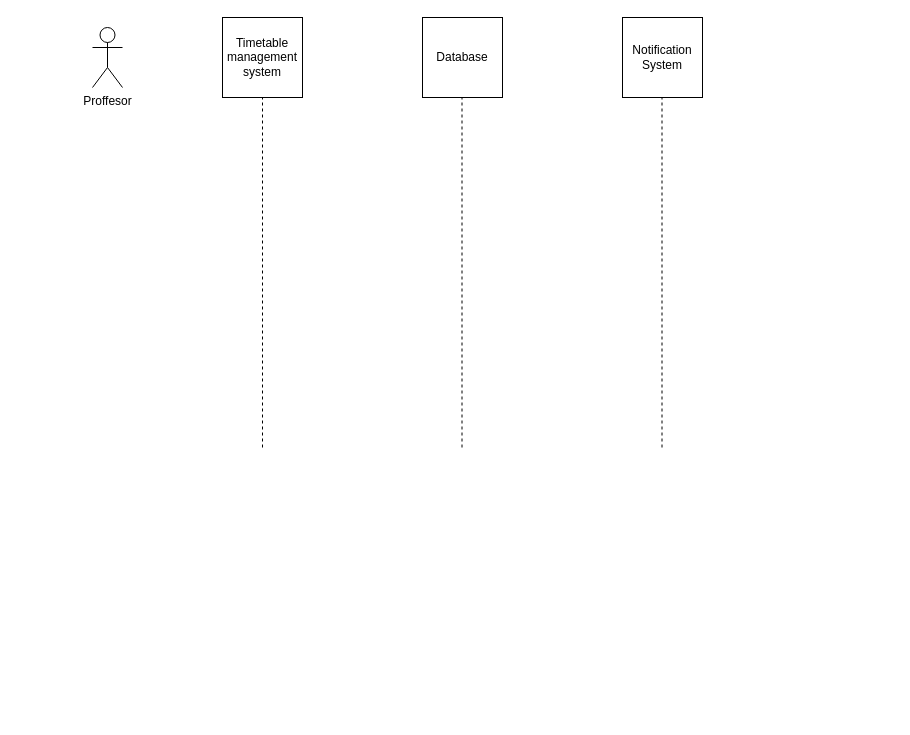
Animofly/se_assign_3 keeps this draw.io diagram as Untitled Diagram.drawio. Above is the earlier version. Source tidied: cells renumbered, new cells numbered last; positions are measured from the earlier drawing's top-left corner, leaving out a move shared by most shapes. Both pictures are drawn from the tidied source at 100%, with x=0, y=0 at pixel (92, 17).
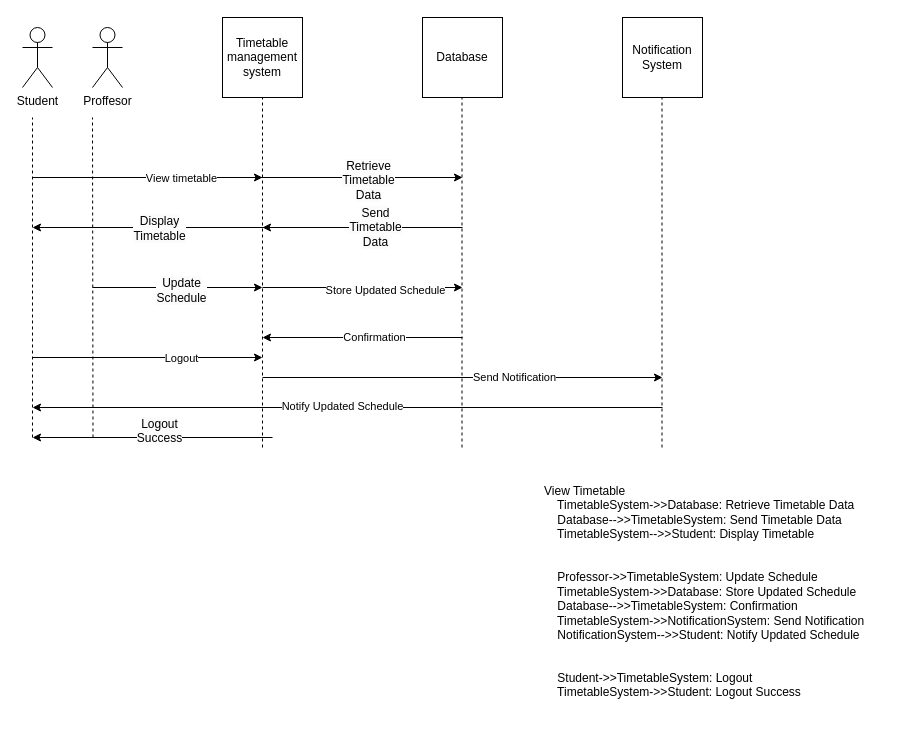
After the change.

Diff of the diagram source:
```diff
@@
+    <mxCell id="9" value="Student" style="shape=umlActor;verticalLabelPosition=bottom;verticalAlign=top;html=1;" parent="1" vertex="1">
+      <mxGeometry x="-70" y="10" width="30" height="60" as="geometry" />
+    </mxCell>
+    <mxCell id="10" style="endArrow=none;dashed=1;html=1;rounded=0;entryX=0.5;entryY=1;entryDx=0;entryDy=0;" parent="1" edge="1">
+      <mxGeometry relative="1" as="geometry">
+        <mxPoint x="0.5" y="420" as="sourcePoint" />
+        <mxPoint y="100" as="targetPoint" />
+      </mxGeometry>
+    </mxCell>
+    <mxCell id="11" style="endArrow=none;dashed=1;html=1;rounded=0;entryX=0.5;entryY=1;entryDx=0;entryDy=0;" parent="1" edge="1">
+      <mxGeometry relative="1" as="geometry">
+        <mxPoint x="-60" y="420" as="sourcePoint" />
+        <mxPoint x="-60" y="100" as="targetPoint" />
+      </mxGeometry>
+    </mxCell>
+    <mxCell id="12" style="endArrow=classic;html=1;rounded=0;" parent="1" edge="1">
+      <mxGeometry relative="1" as="geometry">
+        <mxPoint x="-60" y="160" as="sourcePoint" />
+        <mxPoint x="170" y="160" as="targetPoint" />
+      </mxGeometry>
+    </mxCell>
+    <mxCell id="13" value="View timetable" style="edgeLabel;html=1;align=center;verticalAlign=middle;" parent="12" vertex="1">
+      <mxGeometry x="0.29" relative="1" as="geometry" />
+    </mxCell>
+    <mxCell id="14" style="endArrow=classic;html=1;rounded=0;" parent="1" edge="1">
+      <mxGeometry relative="1" as="geometry">
+        <mxPoint x="140" y="160" as="sourcePoint" />
+        <mxPoint x="370" y="160" as="targetPoint" />
+      </mxGeometry>
+    </mxCell>
+    <mxCell id="15" value="&lt;span style=&quot;font-size: 12px; text-align: left; text-wrap-mode: wrap; background-color: rgb(251, 251, 251);&quot;&gt;Retrieve Timetable Data&lt;/span&gt;" style="edgeLabel;html=1;align=center;verticalAlign=middle;" parent="14" vertex="1">
+      <mxGeometry x="0.17" y="-2" relative="1" as="geometry" />
+    </mxCell>
+    <mxCell id="16" style="endArrow=classic;html=1;rounded=0;" parent="1" edge="1">
+      <mxGeometry relative="1" as="geometry">
+        <mxPoint x="370" y="210" as="sourcePoint" />
+        <mxPoint x="170" y="210" as="targetPoint" />
+      </mxGeometry>
+    </mxCell>
+    <mxCell id="17" value="&lt;span style=&quot;font-size: 12px; text-align: left; text-wrap-mode: wrap; background-color: rgb(251, 251, 251);&quot;&gt;Send Timetable Data&lt;/span&gt;" style="edgeLabel;html=1;align=center;verticalAlign=middle;" parent="16" vertex="1">
+      <mxGeometry x="-0.12" y="-1" relative="1" as="geometry" />
+    </mxCell>
+    <mxCell id="18" style="endArrow=classic;html=1;rounded=0;" parent="1" edge="1">
+      <mxGeometry relative="1" as="geometry">
+        <mxPoint x="180" y="210" as="sourcePoint" />
+        <mxPoint x="-60" y="210" as="targetPoint" />
+      </mxGeometry>
+    </mxCell>
+    <mxCell id="19" value="&lt;span style=&quot;font-size: 12px; text-align: left; text-wrap-mode: wrap; background-color: rgb(251, 251, 251);&quot;&gt;Display Timetable&lt;/span&gt;" style="edgeLabel;html=1;align=center;verticalAlign=middle;" parent="18" vertex="1">
+      <mxGeometry x="-0.05" relative="1" as="geometry" />
+    </mxCell>
+    <mxCell id="20" style="endArrow=classic;html=1;rounded=0;" parent="1" edge="1">
+      <mxGeometry relative="1" as="geometry">
+        <mxPoint y="270" as="sourcePoint" />
+        <mxPoint x="170" y="270" as="targetPoint" />
+      </mxGeometry>
+    </mxCell>
+    <mxCell id="21" value="&lt;span style=&quot;font-size: 12px; text-align: left; text-wrap-mode: wrap; background-color: rgb(251, 251, 251);&quot;&gt;Update Schedule&lt;/span&gt;" style="edgeLabel;html=1;align=center;verticalAlign=middle;" parent="20" vertex="1">
+      <mxGeometry x="0.04" y="-2" relative="1" as="geometry" />
+    </mxCell>
+    <mxCell id="22" style="endArrow=classic;html=1;rounded=0;" parent="1" edge="1">
+      <mxGeometry relative="1" as="geometry">
+        <mxPoint x="170" y="270" as="sourcePoint" />
+        <mxPoint x="370" y="270" as="targetPoint" />
+      </mxGeometry>
+    </mxCell>
+    <mxCell id="23" value="Store Updated Schedule" style="edgeLabel;html=1;align=center;verticalAlign=middle;" parent="22" vertex="1">
+      <mxGeometry x="0.22" y="-2" relative="1" as="geometry" />
+    </mxCell>
+    <mxCell id="24" style="endArrow=classic;html=1;rounded=0;" parent="1" edge="1">
+      <mxGeometry relative="1" as="geometry">
+        <mxPoint x="370" y="320" as="sourcePoint" />
+        <mxPoint x="170" y="320" as="targetPoint" />
+      </mxGeometry>
+    </mxCell>
+    <mxCell id="25" value="Confirmation" style="edgeLabel;html=1;align=center;verticalAlign=middle;" parent="24" vertex="1">
+      <mxGeometry x="-0.11" y="-1" relative="1" as="geometry" />
+    </mxCell>
+    <mxCell id="26" style="endArrow=classic;html=1;rounded=0;" parent="1" edge="1">
+      <mxGeometry relative="1" as="geometry">
+        <mxPoint x="170" y="360" as="sourcePoint" />
+        <mxPoint x="570" y="360" as="targetPoint" />
+      </mxGeometry>
+    </mxCell>
+    <mxCell id="27" value="Send Notification" style="edgeLabel;html=1;align=center;verticalAlign=middle;" parent="26" vertex="1">
+      <mxGeometry x="0.26" y="1" relative="1" as="geometry">
+        <mxPoint x="-1" as="offset" />
+      </mxGeometry>
+    </mxCell>
+    <mxCell id="28" style="endArrow=classic;html=1;rounded=0;" parent="1" edge="1">
+      <mxGeometry relative="1" as="geometry">
+        <mxPoint x="570" y="390" as="sourcePoint" />
+        <mxPoint x="-60" y="390" as="targetPoint" />
+      </mxGeometry>
+    </mxCell>
+    <mxCell id="29" value="Notify Updated Schedule" style="edgeLabel;html=1;align=center;verticalAlign=middle;" parent="28" vertex="1">
+      <mxGeometry x="0.02" y="-2" relative="1" as="geometry" />
+    </mxCell>
+    <mxCell id="30" value="View Timetable&#10;    TimetableSystem-&gt;&gt;Database: Retrieve Timetable Data&#10;    Database--&gt;&gt;TimetableSystem: Send Timetable Data&#10;    TimetableSystem--&gt;&gt;Student: Display Timetable&#10;&#10;&#10;    Professor-&gt;&gt;TimetableSystem: Update Schedule&#10;    TimetableSystem-&gt;&gt;Database: Store Updated Schedule&#10;    Database--&gt;&gt;TimetableSystem: Confirmation&#10;    TimetableSystem-&gt;&gt;NotificationSystem: Send Notification&#10;    NotificationSystem--&gt;&gt;Student: Notify Updated Schedule&#10;&#10;&#10;    Student-&gt;&gt;TimetableSystem: Logout&#10;    TimetableSystem-&gt;&gt;Student: Logout Success" style="text;whiteSpace=wrap;" parent="1" vertex="1">
+      <mxGeometry x="450" y="460" width="350" height="240" as="geometry" />
+    </mxCell>
+    <mxCell id="31" style="endArrow=classic;html=1;rounded=0;" parent="1" edge="1">
+      <mxGeometry relative="1" as="geometry">
+        <mxPoint x="-60" y="340" as="sourcePoint" />
+        <mxPoint x="170" y="340" as="targetPoint" />
+      </mxGeometry>
+    </mxCell>
+    <mxCell id="32" value="Logout" style="edgeLabel;html=1;align=center;verticalAlign=middle;" parent="31" vertex="1">
+      <mxGeometry x="0.29" relative="1" as="geometry" />
+    </mxCell>
+    <mxCell id="33" style="endArrow=classic;html=1;rounded=0;" parent="1" edge="1">
+      <mxGeometry relative="1" as="geometry">
+        <mxPoint x="180" y="420" as="sourcePoint" />
+        <mxPoint x="-60" y="420" as="targetPoint" />
+      </mxGeometry>
+    </mxCell>
+    <mxCell id="34" value="&lt;span style=&quot;font-size: 12px; text-align: left; text-wrap-mode: wrap; background-color: rgb(251, 251, 251);&quot;&gt;Logout Success&lt;/span&gt;&lt;div&gt;&lt;span style=&quot;font-size: 12px; text-align: left; text-wrap-mode: wrap; background-color: rgb(251, 251, 251);&quot;&gt;&lt;br&gt;&lt;/span&gt;&lt;/div&gt;" style="edgeLabel;html=1;align=center;verticalAlign=middle;" parent="33" vertex="1">
+      <mxGeometry x="-0.05" relative="1" as="geometry" />
+    </mxCell>
```
